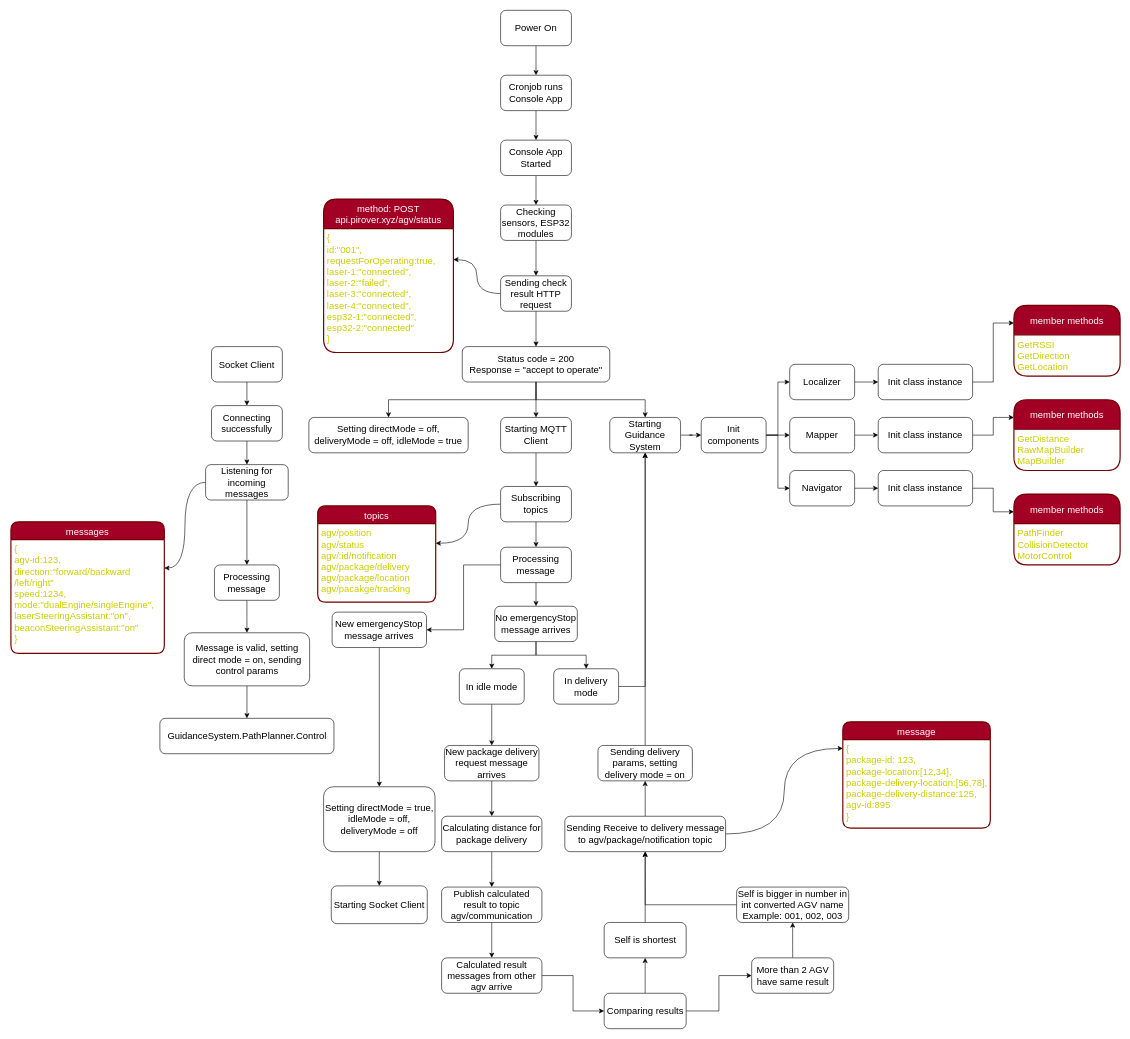
Earlier version of the draw.io diagram WorkFlows/AGV.drawio (kirichain/AGV). Source tidied: cells renumbered, new cells numbered last; positions are measured from the earlier drawing's top-left corner, leaving out a move shared by most shapes. Both pictures are drawn from the tidied source at 59%, with x=0, y=0 at pixel (11, 10).
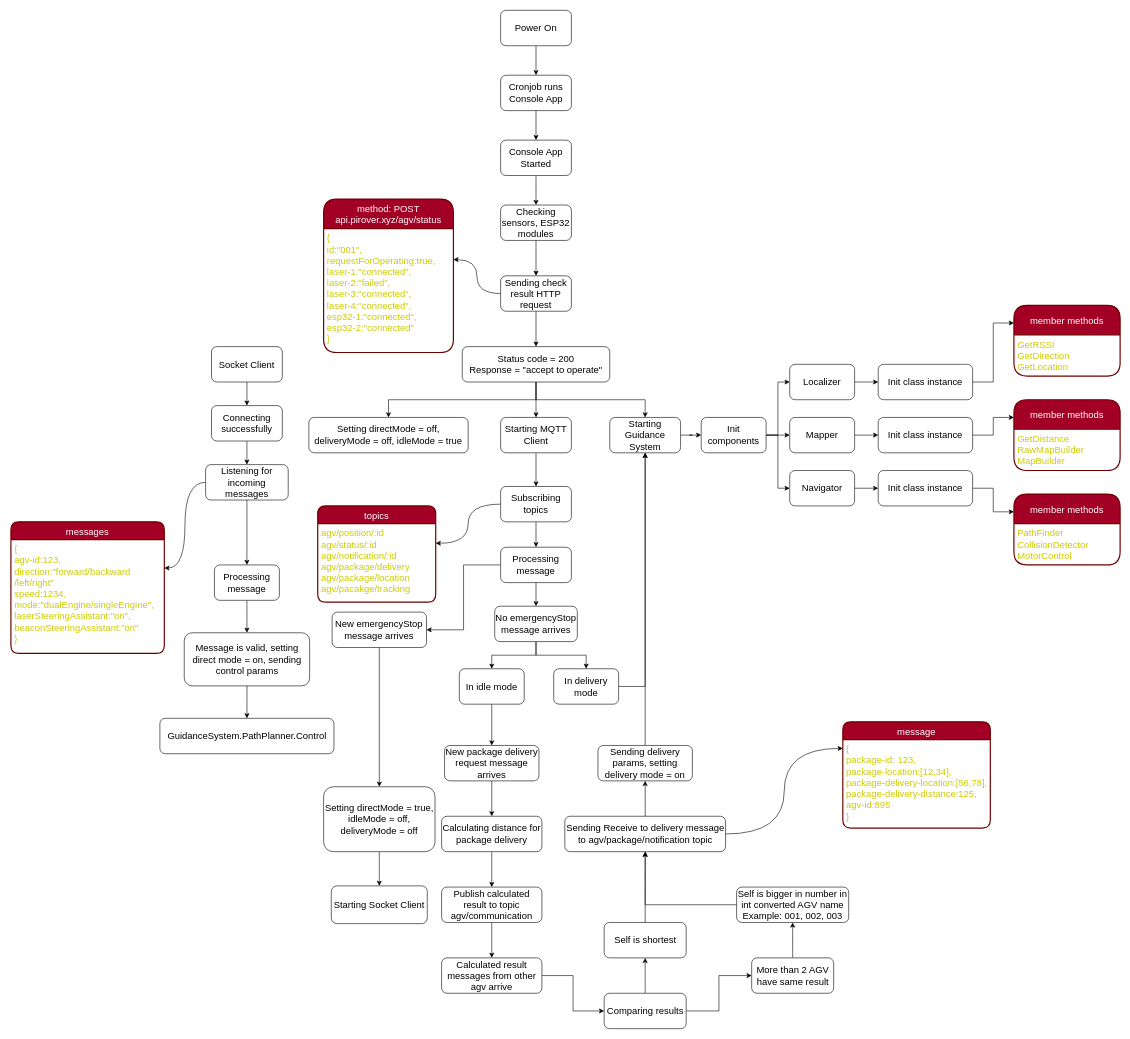
After the change.

The change refers to these unchanged cells:
```xml
<mxCell id="28" value="topics" style="swimlane;horizontal=1;startSize=30;rounded=1;fontSize=16;fontStyle=0;strokeWidth=2;shadow=0;dashed=0;align=center;fillColor=#a20025;fontColor=#ffffff;strokeColor=#6F0000;" parent="1" vertex="1">
  <mxGeometry x="520" y="840" width="200" height="163" as="geometry" />
</mxCell>
```

The edit, as a diff of the source:
```diff
@@
-    <mxCell id="29" value="agv/position&#10;agv/status&#10;agv/:id/notification&#10;agv/package/delivery&#10;agv/package/location&#10;agv/pacakge/tracking" style="align=left;strokeColor=none;fillColor=none;spacingLeft=4;fontSize=16;verticalAlign=top;fontColor=#CCCC00;" parent="28" vertex="1">
+    <mxCell id="29" value="agv/position/:id&#10;agv/status/:id&#10;agv/notification/:id&#10;agv/package/delivery&#10;agv/package/location&#10;agv/pacakge/tracking" style="align=left;strokeColor=none;fillColor=none;spacingLeft=4;fontSize=16;verticalAlign=top;fontColor=#CCCC00;" parent="28" vertex="1">
       <mxGeometry y="30" width="200" height="133" as="geometry" />
     </mxCell>
```
